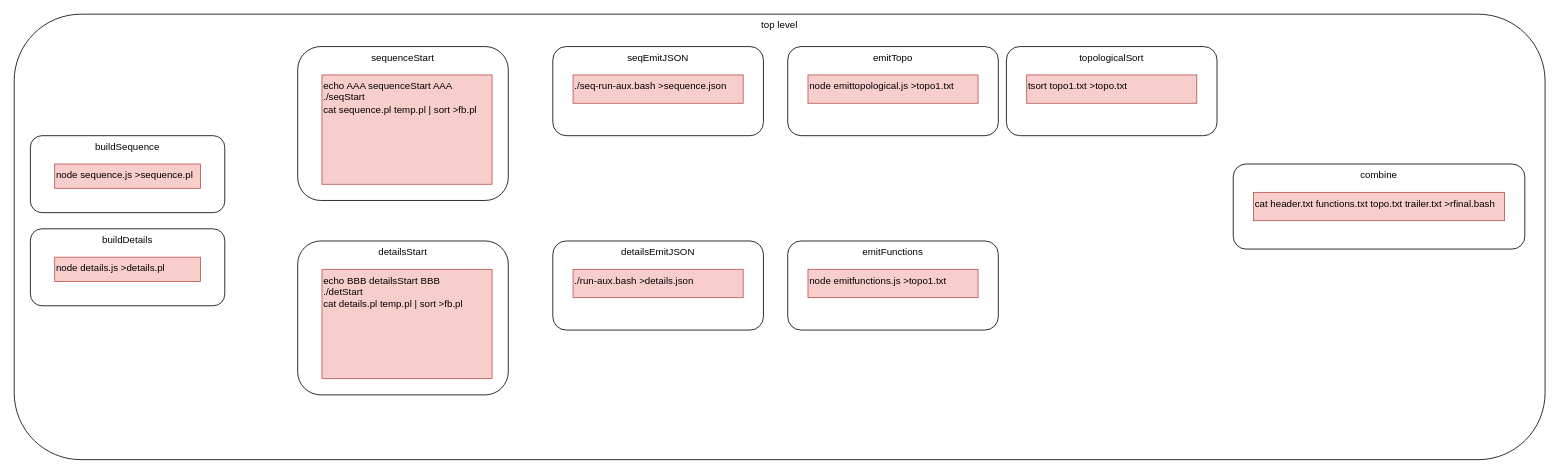
Earlier version of the draw.io diagram guitarvydas/details.drawio (guitarvydas/jam0001). Source tidied: cells renumbered, new cells numbered last; positions are measured from the earlier drawing's top-left corner, leaving out a move shared by most shapes. Both pictures are drawn from the tidied source at 81%, with x=0, y=0 at pixel (14, 14).
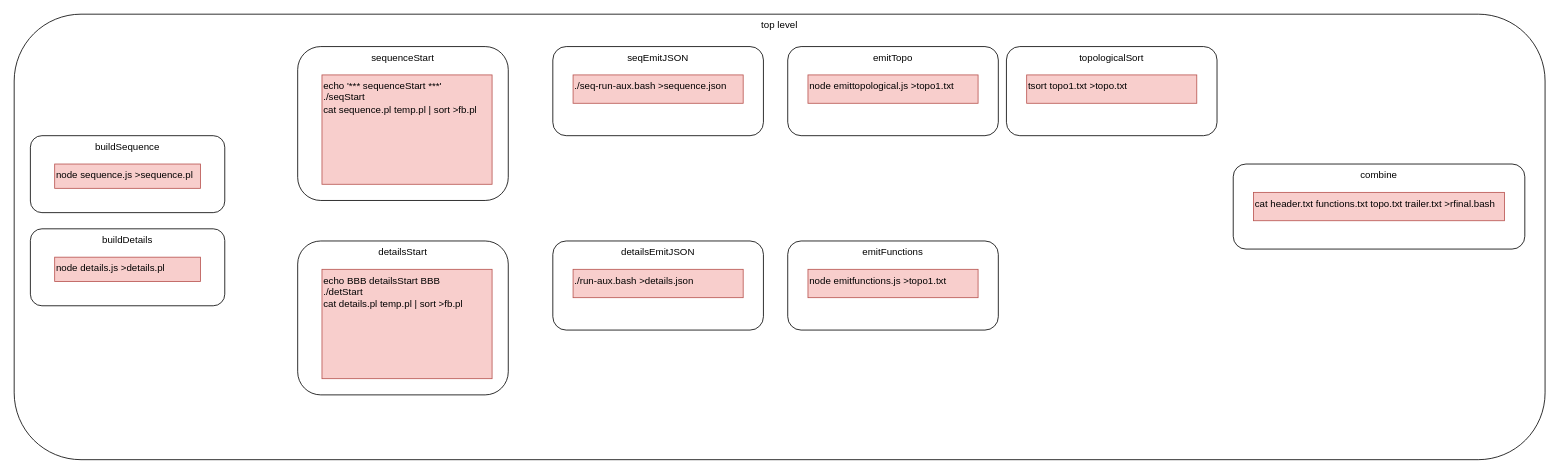
Above is the later version.

Change to the diagram source:
```diff
@@
-    <mxCell id="4" value="&lt;div&gt;&lt;div&gt;echo AAA sequenceStart AAA&lt;/div&gt;&lt;div&gt;./seqStart&lt;/div&gt;&lt;div&gt;&lt;span&gt;cat sequence.pl temp.pl | sort &amp;gt;fb.pl&lt;/span&gt;&lt;br&gt;&lt;/div&gt;&lt;/div&gt;&lt;div&gt;&lt;br&gt;&lt;/div&gt;" style="rounded=0;whiteSpace=wrap;html=1;align=left;fillColor=#f8cecc;strokeColor=#b85450;verticalAlign=top;" parent="1" vertex="1">
+    <mxCell id="4" value="&lt;div&gt;&lt;div&gt;echo '*** sequenceStart ***'&lt;/div&gt;&lt;div&gt;./seqStart&lt;/div&gt;&lt;div&gt;&lt;span&gt;cat sequence.pl temp.pl | sort &amp;gt;fb.pl&lt;/span&gt;&lt;br&gt;&lt;/div&gt;&lt;/div&gt;&lt;div&gt;&lt;br&gt;&lt;/div&gt;" style="rounded=0;whiteSpace=wrap;html=1;align=left;fillColor=#f8cecc;strokeColor=#b85450;verticalAlign=top;" parent="1" vertex="1">
       <mxGeometry x="380" y="75" width="210" height="135" as="geometry" />
     </mxCell>
```
